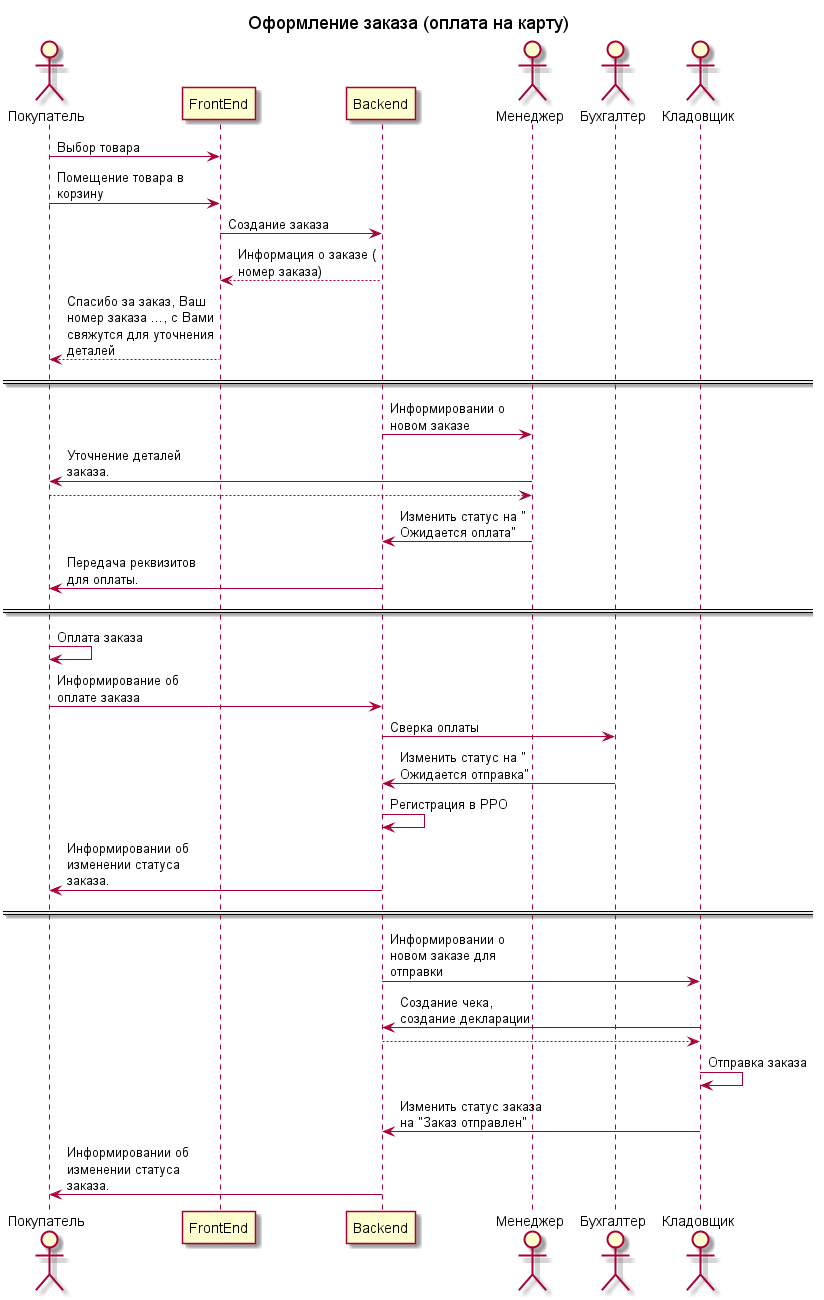
Before: documentation/img/create_order_2.png, a diagram exported from PlantUML (VadimShtukan/per.ua.ms).
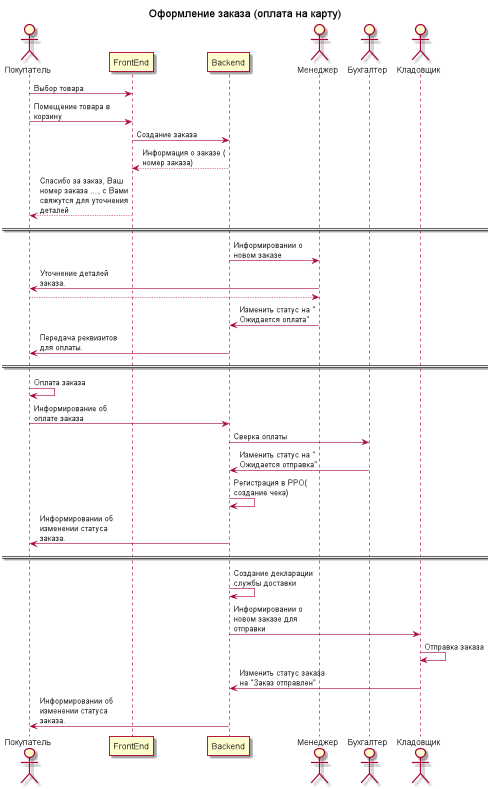
After the commit.

The edit, as a diff of the source:
```diff
@@ -27,13 +27,12 @@
 User -> Backend: Информирование об оплате заказа
 Backend -> Buh: Сверка оплаты
 Buh -> Backend: Изменить статус на "Ожидается отправка"
-Backend -> Backend: Регистрация в РРО
+Backend -> Backend: Регистрация в РРО(создание чека)
 Backend -> User: Информировании об изменении статуса заказа.
 
 ==  ==
+Backend -> Backend: Создание декларации службы доставки
 Backend -> StockMan: Информировании о новом заказе для отправки
-StockMan -> Backend: Создание чека, создание декларации
-Backend --> StockMan:
 StockMan -> StockMan: Отправка заказа
 StockMan -> Backend: Изменить статус заказа на "Заказ отправлен"
 Backend -> User: Информировании об изменении статуса заказа.
```
